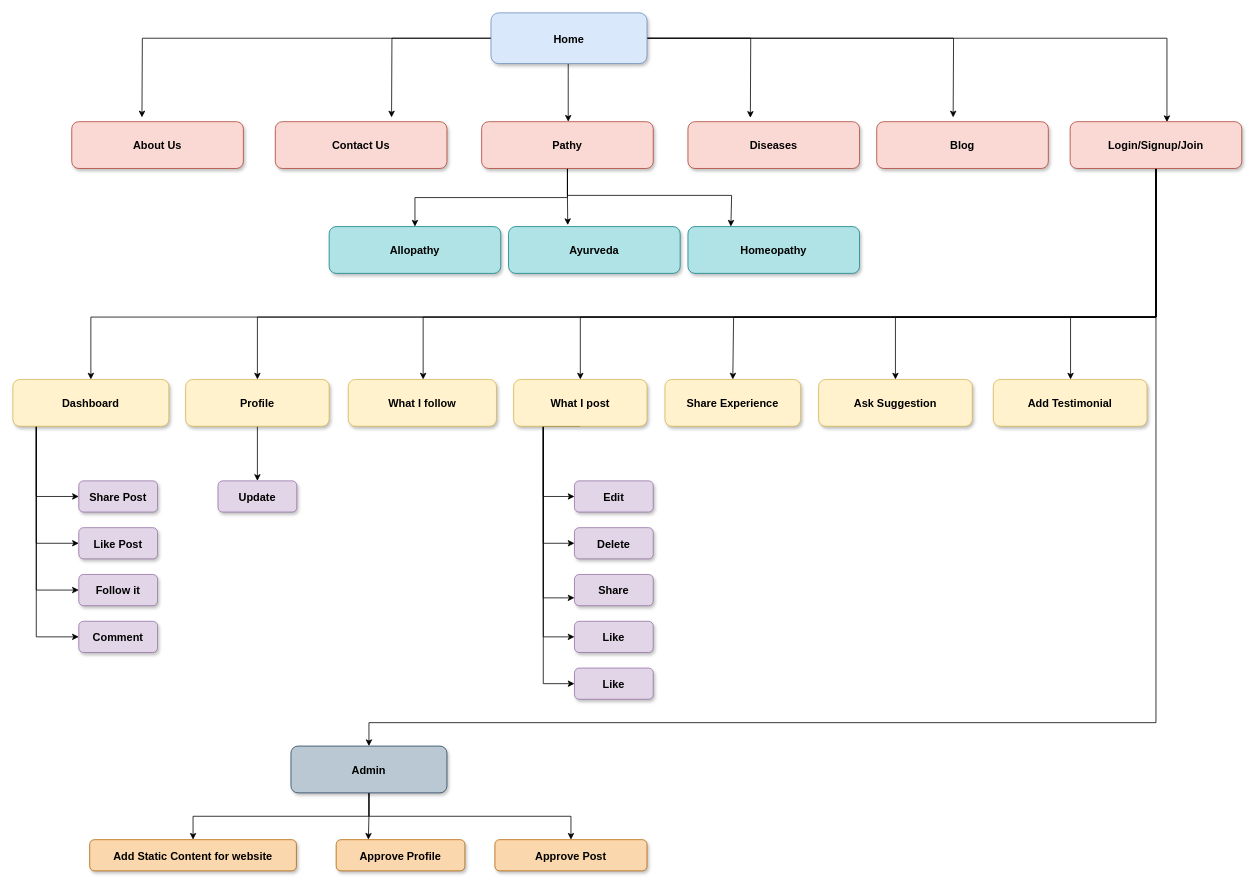
Paarmita/MedicalProject keeps this draw.io diagram as Wireframes/Site map.drawio. Above is the earlier version. Source tidied: cells renumbered, new cells numbered last; positions are measured from the earlier drawing's top-left corner, leaving out a move shared by most shapes. Both pictures are drawn from the tidied source at 78%, with x=0, y=0 at pixel (12, 12).
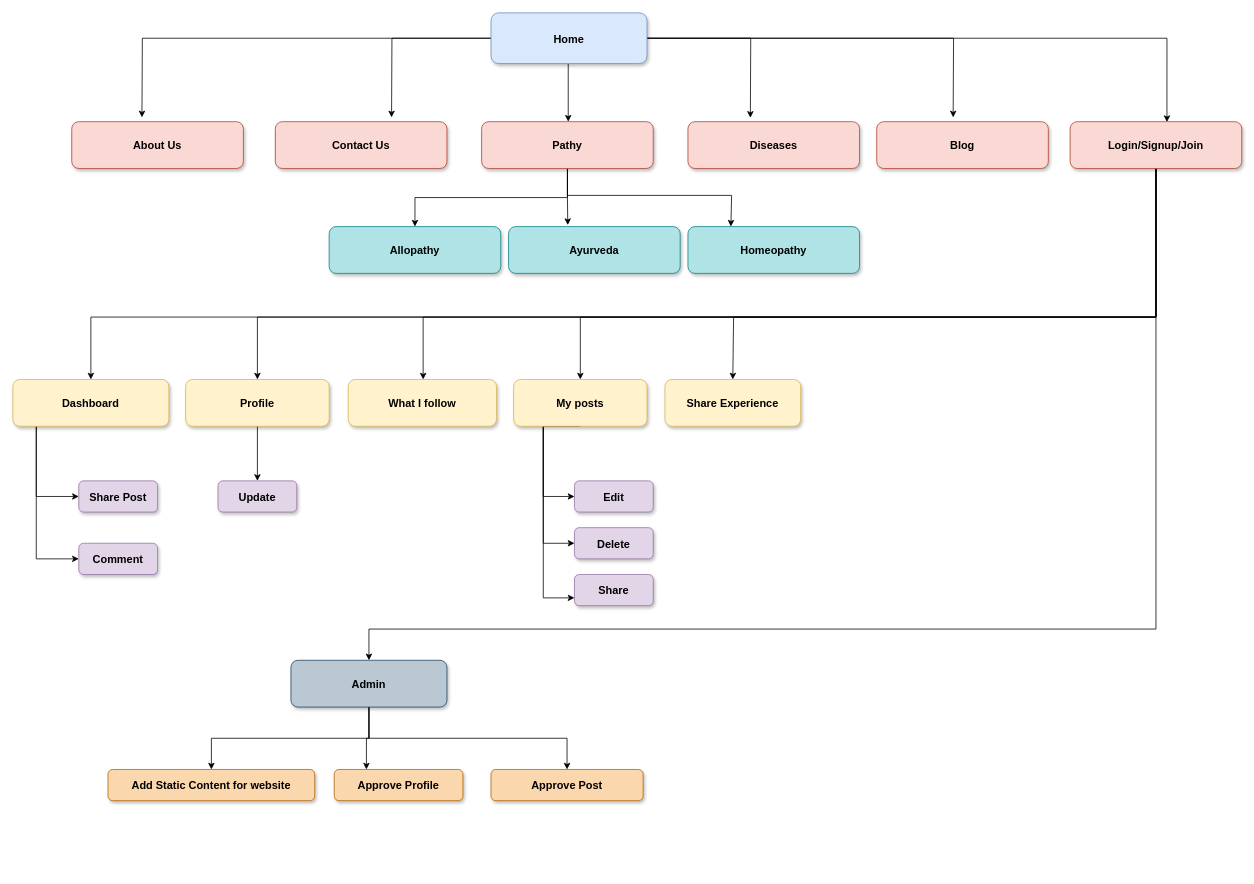
After the change.

Unchanged cells that the change refers to:
```xml
<mxCell id="25" value="Login/Signup/Join" style="rounded=1;fillColor=#fad9d5;strokeColor=#ae4132;shadow=1;fontStyle=1;fontSize=14;" parent="1" vertex="1">
  <mxGeometry x="1355.5" y="139.5" width="220" height="60" as="geometry" />
</mxCell>
<mxCell id="33" value="Dashboard" style="rounded=1;fillColor=#fff2cc;strokeColor=#d6b656;shadow=1;fontStyle=1;fontSize=14;" parent="1" vertex="1">
  <mxGeometry y="470" width="200" height="60" as="geometry" />
</mxCell>
```

Change to the diagram source:
```diff
@@
-    <mxCell id="17" style="edgeStyle=orthogonalEdgeStyle;rounded=0;jettySize=auto;html=1;" parent="1" edge="1" source="25" target="45">
-      <mxGeometry relative="1" as="geometry">
-        <Array as="points">
-          <mxPoint x="1466" y="390" />
-          <mxPoint x="1356" y="390" />
-        </Array>
-      </mxGeometry>
-    </mxCell>
@@
-    <mxCell id="19" style="edgeStyle=orthogonalEdgeStyle;rounded=0;jettySize=auto;html=1;entryX=0.5;entryY=0;entryDx=0;entryDy=0;" parent="1" edge="1" source="25" target="44">
-      <mxGeometry relative="1" as="geometry">
-        <Array as="points">
-          <mxPoint x="1466" y="390" />
-          <mxPoint x="1132" y="390" />
-        </Array>
-      </mxGeometry>
-    </mxCell>
@@
     <mxCell id="24" style="edgeStyle=orthogonalEdgeStyle;rounded=0;jettySize=auto;html=1;entryX=0.5;entryY=0;entryDx=0;entryDy=0;" parent="1" edge="1" source="25" target="54">
       <mxGeometry relative="1" as="geometry">
         <Array as="points">
-          <mxPoint x="1466" y="910" />
-          <mxPoint x="456" y="910" />
+          <mxPoint x="1466" y="790" />
+          <mxPoint x="457" y="790" />
         </Array>
       </mxGeometry>
     </mxCell>
@@
     <mxCell id="29" style="edgeStyle=orthogonalEdgeStyle;rounded=0;jettySize=auto;html=1;entryX=0;entryY=0.5;entryDx=0;entryDy=0;" parent="1" edge="1" source="33" target="58">
       <mxGeometry relative="1" as="geometry">
         <Array as="points">
-          <mxPoint x="30" y="800" />
+          <mxPoint x="30" y="700" />
         </Array>
       </mxGeometry>
     </mxCell>
@@
-    <mxCell id="31" style="edgeStyle=orthogonalEdgeStyle;rounded=0;jettySize=auto;html=1;entryX=0;entryY=0.5;entryDx=0;entryDy=0;" parent="1" edge="1" source="33" target="56">
-      <mxGeometry relative="1" as="geometry">
-        <Array as="points">
-          <mxPoint x="30" y="680" />
-        </Array>
-      </mxGeometry>
-    </mxCell>
-    <mxCell id="32" style="edgeStyle=orthogonalEdgeStyle;rounded=0;jettySize=auto;html=1;entryX=0;entryY=0.5;entryDx=0;entryDy=0;" parent="1" edge="1" source="33" target="57">
-      <mxGeometry relative="1" as="geometry">
-        <Array as="points">
-          <mxPoint x="30" y="740" />
-        </Array>
-      </mxGeometry>
-    </mxCell>
@@
-    <mxCell id="37" style="edgeStyle=orthogonalEdgeStyle;rounded=0;jettySize=auto;html=1;entryX=0;entryY=0.5;entryDx=0;entryDy=0;" parent="1" edge="1" source="42" target="50">
-      <mxGeometry relative="1" as="geometry">
-        <Array as="points">
-          <mxPoint x="680" y="860" />
-        </Array>
-      </mxGeometry>
-    </mxCell>
@@
-    <mxCell id="41" style="edgeStyle=orthogonalEdgeStyle;rounded=0;jettySize=auto;html=1;entryX=0;entryY=0.5;entryDx=0;entryDy=0;" parent="1" edge="1" source="42" target="49">
-      <mxGeometry relative="1" as="geometry">
-        <Array as="points">
-          <mxPoint x="680" y="800" />
-        </Array>
-      </mxGeometry>
-    </mxCell>
-    <mxCell id="42" value="What I post" style="rounded=1;fillColor=#fff2cc;strokeColor=#d6b656;shadow=1;fontStyle=1;fontSize=14;" parent="1" vertex="1">
+    <mxCell id="42" value="My posts" style="rounded=1;fillColor=#fff2cc;strokeColor=#d6b656;shadow=1;fontStyle=1;fontSize=14;" parent="1" vertex="1">
       <mxGeometry x="642" y="470" width="171" height="60" as="geometry" />
     </mxCell>
@@
-    <mxCell id="44" value="Ask Suggestion" style="rounded=1;fillColor=#fff2cc;strokeColor=#d6b656;shadow=1;fontStyle=1;fontSize=14;" parent="1" vertex="1">
-      <mxGeometry x="1033" y="470" width="197" height="60" as="geometry" />
-    </mxCell>
-    <mxCell id="45" value="Add Testimonial" style="rounded=1;fillColor=#fff2cc;strokeColor=#d6b656;shadow=1;fontStyle=1;fontSize=14;" parent="1" vertex="1">
-      <mxGeometry x="1257" y="470" width="197" height="60" as="geometry" />
-    </mxCell>
@@
-    <mxCell id="49" value="Like" style="rounded=1;fillColor=#e1d5e7;strokeColor=#9673a6;shadow=1;fontStyle=1;fontSize=14;" parent="1" vertex="1">
-      <mxGeometry x="720" y="780" width="101" height="40" as="geometry" />
-    </mxCell>
-    <mxCell id="50" value="Like" style="rounded=1;fillColor=#e1d5e7;strokeColor=#9673a6;shadow=1;fontStyle=1;fontSize=14;" parent="1" vertex="1">
-      <mxGeometry x="720" y="840" width="101" height="40" as="geometry" />
-    </mxCell>
@@
     <mxCell id="52" style="edgeStyle=orthogonalEdgeStyle;rounded=0;jettySize=auto;html=1;entryX=0.5;entryY=0;entryDx=0;entryDy=0;" parent="1" edge="1" source="54" target="61">
-      <mxGeometry relative="1" as="geometry" />
+      <mxGeometry relative="1" as="geometry">
+        <Array as="points">
+          <mxPoint x="457" y="930" />
+          <mxPoint x="255" y="930" />
+        </Array>
+      </mxGeometry>
     </mxCell>
     <mxCell id="53" style="edgeStyle=orthogonalEdgeStyle;rounded=0;jettySize=auto;html=1;entryX=0.5;entryY=0;entryDx=0;entryDy=0;" parent="1" edge="1" source="54" target="62">
       <mxGeometry relative="1" as="geometry">
         <Array as="points">
-          <mxPoint x="456" y="1030" />
-          <mxPoint x="716" y="1030" />
+          <mxPoint x="456" y="930" />
+          <mxPoint x="711" y="930" />
         </Array>
       </mxGeometry>
     </mxCell>
     <mxCell id="54" value="Admin" style="rounded=1;fillColor=#bac8d3;strokeColor=#23445d;shadow=1;fontStyle=1;fontSize=14;" parent="1" vertex="1">
-      <mxGeometry x="356.5" y="940" width="200" height="60" as="geometry" />
+      <mxGeometry x="356.5" y="830" width="200" height="60" as="geometry" />
     </mxCell>
@@
-    <mxCell id="56" value="Like Post" style="rounded=1;fillColor=#e1d5e7;strokeColor=#9673a6;shadow=1;fontStyle=1;fontSize=14;" parent="1" vertex="1">
-      <mxGeometry x="84.5" y="660" width="101" height="40" as="geometry" />
-    </mxCell>
-    <mxCell id="57" value="Follow it" style="rounded=1;fillColor=#e1d5e7;strokeColor=#9673a6;shadow=1;fontStyle=1;fontSize=14;" parent="1" vertex="1">
-      <mxGeometry x="84.5" y="720" width="101" height="40" as="geometry" />
-    </mxCell>
     <mxCell id="58" value="Comment" style="rounded=1;fillColor=#e1d5e7;strokeColor=#9673a6;shadow=1;fontStyle=1;fontSize=14;" parent="1" vertex="1">
-      <mxGeometry x="84.5" y="780" width="101" height="40" as="geometry" />
+      <mxGeometry x="84.5" y="680" width="101" height="40" as="geometry" />
     </mxCell>
@@
     <mxCell id="60" value="Approve Profile" style="rounded=1;fillColor=#fad7ac;strokeColor=#b46504;shadow=1;fontStyle=1;fontSize=14;" parent="1" vertex="1">
-      <mxGeometry x="414.5" y="1060" width="165" height="40" as="geometry" />
+      <mxGeometry x="412" y="970" width="165" height="40" as="geometry" />
     </mxCell>
     <mxCell id="61" value="Add Static Content for website" style="rounded=1;fillColor=#fad7ac;strokeColor=#b46504;shadow=1;fontStyle=1;fontSize=14;" parent="1" vertex="1">
-      <mxGeometry x="98.5" y="1060" width="265" height="40" as="geometry" />
+      <mxGeometry x="122" y="970" width="265" height="40" as="geometry" />
     </mxCell>
     <mxCell id="62" value="Approve Post" style="rounded=1;fillColor=#fad7ac;strokeColor=#b46504;shadow=1;fontStyle=1;fontSize=14;" parent="1" vertex="1">
-      <mxGeometry x="618" y="1060" width="195" height="40" as="geometry" />
+      <mxGeometry x="613" y="970" width="195" height="40" as="geometry" />
     </mxCell>
```
